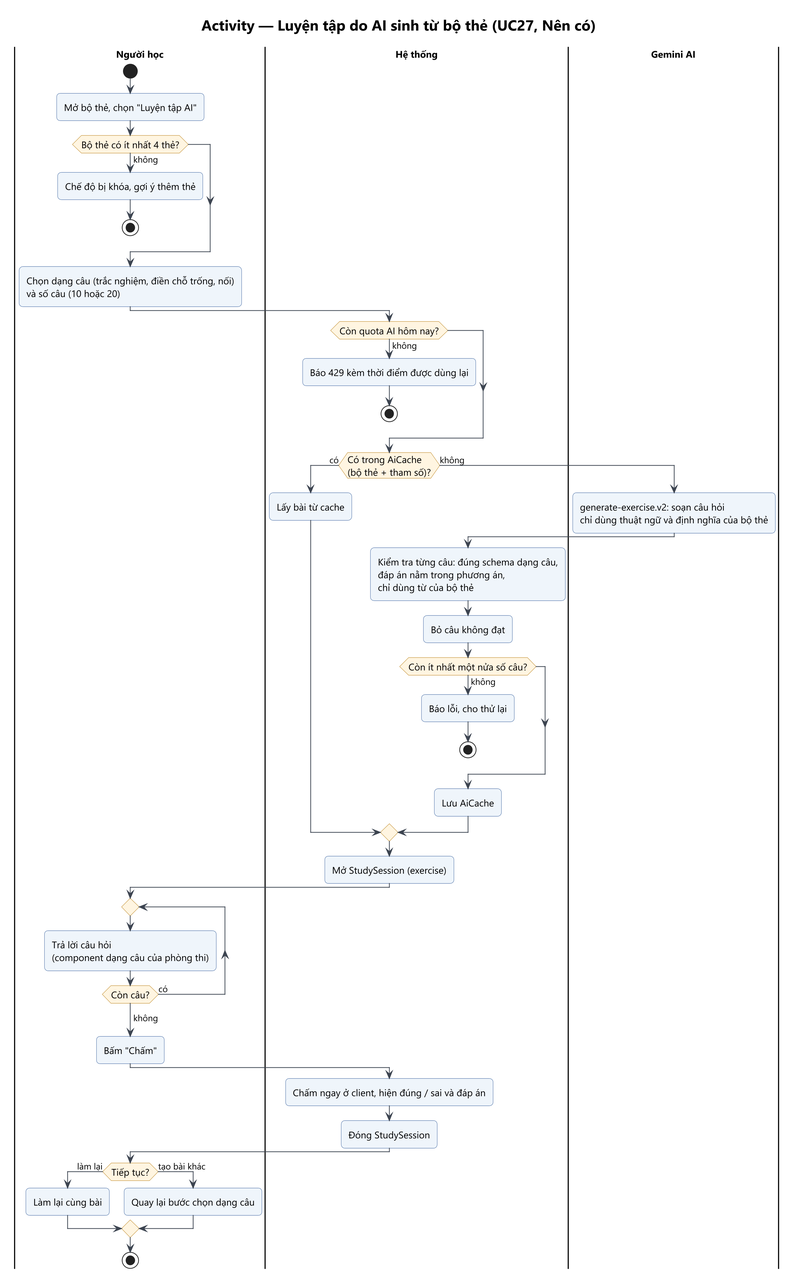
Ac-2836/WebDev-FinalProject-LinMaster keeps this PlantUML diagram as Analysis_Design/03_Activity/act-09-luyen-tap-ai.png. Above is the earlier version.
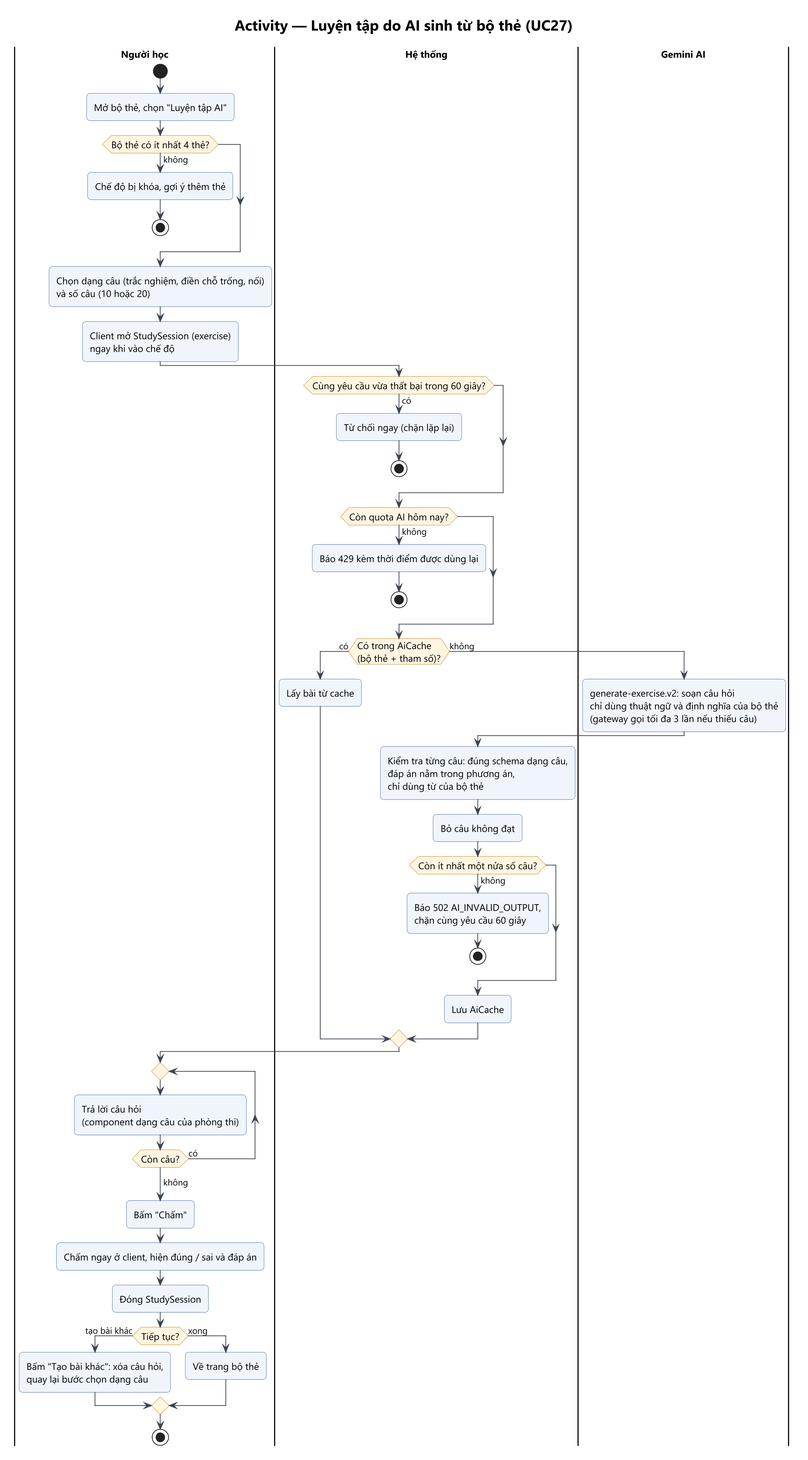
The same file after the commit.

Change to the diagram source:
```diff
@@ -1,6 +1,6 @@
 @startuml act-09-luyen-tap-ai
 !include ../_style.iuml
-title Activity — Luyện tập do AI sinh từ bộ thẻ (UC27, Nên có)
+title Activity — Luyện tập do AI sinh từ bộ thẻ (UC27)
 |Người học|
 start
 :Mở bộ thẻ, chọn "Luyện tập AI";
@@ -10,7 +10,13 @@
 endif
 :Chọn dạng câu (trắc nghiệm, điền chỗ trống, nối)
 và số câu (10 hoặc 20);
+:Client mở StudySession (exercise)
+ngay khi vào chế độ;
 |Hệ thống|
+if (Cùng yêu cầu vừa thất bại trong 60 giây?) then (có)
+  :Từ chối ngay (chặn lặp lại);
+  stop
+endif
 if (Còn quota AI hôm nay?) then (không)
   :Báo 429 kèm thời điểm được dùng lại;
   stop
@@ -21,19 +27,20 @@
 else (không)
   |Gemini AI|
   :generate-exercise.v2: soạn câu hỏi
-  chỉ dùng thuật ngữ và định nghĩa của bộ thẻ;
+  chỉ dùng thuật ngữ và định nghĩa của bộ thẻ
+  (gateway gọi tối đa 3 lần nếu thiếu câu);
   |Hệ thống|
   :Kiểm tra từng câu: đúng schema dạng câu,
   đáp án nằm trong phương án,
   chỉ dùng từ của bộ thẻ;
   :Bỏ câu không đạt;
   if (Còn ít nhất một nửa số câu?) then (không)
-    :Báo lỗi, cho thử lại;
+    :Báo 502 AI_INVALID_OUTPUT,
+    chặn cùng yêu cầu 60 giây;
     stop
   endif
   :Lưu AiCache;
 endif
-:Mở StudySession (exercise);
 |Người học|
 repeat
   :Trả lời câu hỏi
@@ -41,14 +48,13 @@
 repeat while (Còn câu?) is (có)
 ->không;
 :Bấm "Chấm";
-|Hệ thống|
 :Chấm ngay ở client, hiện đúng / sai và đáp án;
 :Đóng StudySession;
-|Người học|
-if (Tiếp tục?) then (làm lại)
-  :Làm lại cùng bài;
-else (tạo bài khác)
-  :Quay lại bước chọn dạng câu;
+if (Tiếp tục?) then (tạo bài khác)
+  :Bấm "Tạo bài khác": xóa câu hỏi,
+  quay lại bước chọn dạng câu;
+else (xong)
+  :Về trang bộ thẻ;
 endif
 stop
 @enduml
```
